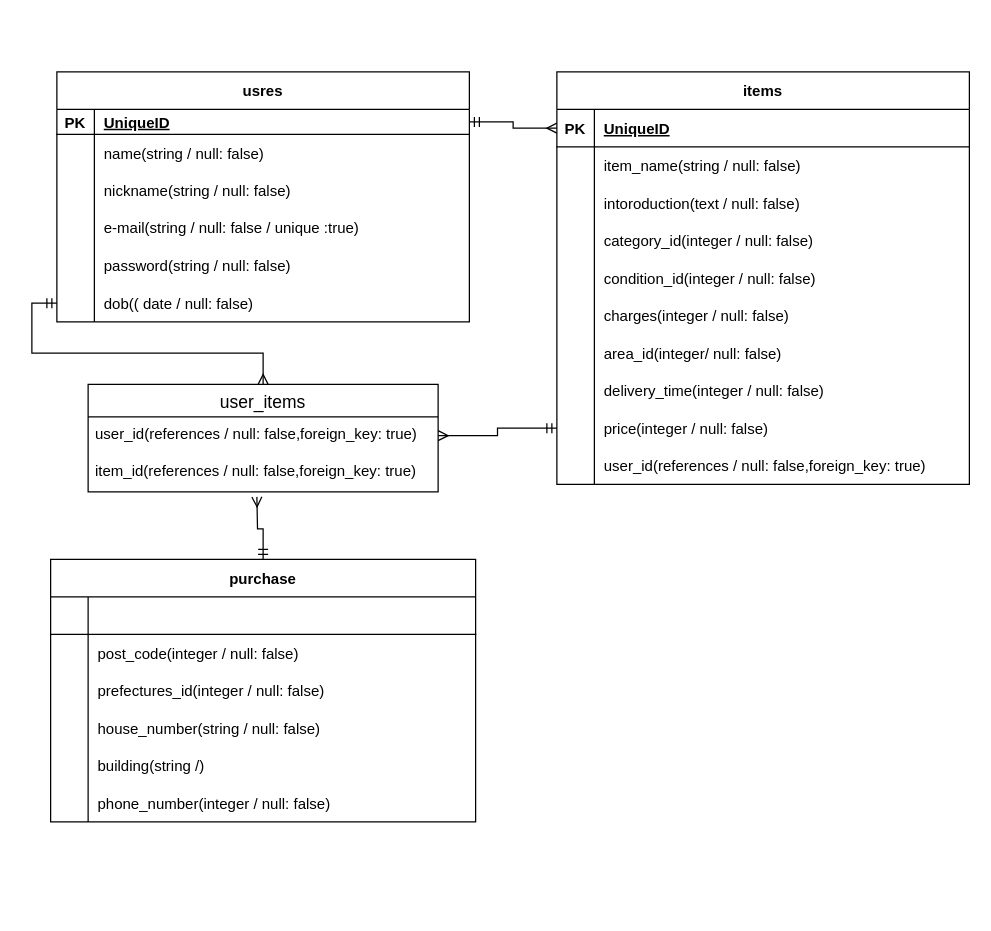
YUKOU-s2/furima-34806 keeps this draw.io diagram as page "ページ1" (1 of 2) of ER.dio. Above is the earlier version. Source tidied: cells renumbered, new cells numbered last; positions are measured from the earlier drawing's top-left corner, leaving out a move shared by most shapes. Both pictures are drawn from the tidied source at 125%, with x=0, y=0 at pixel (50, 71).
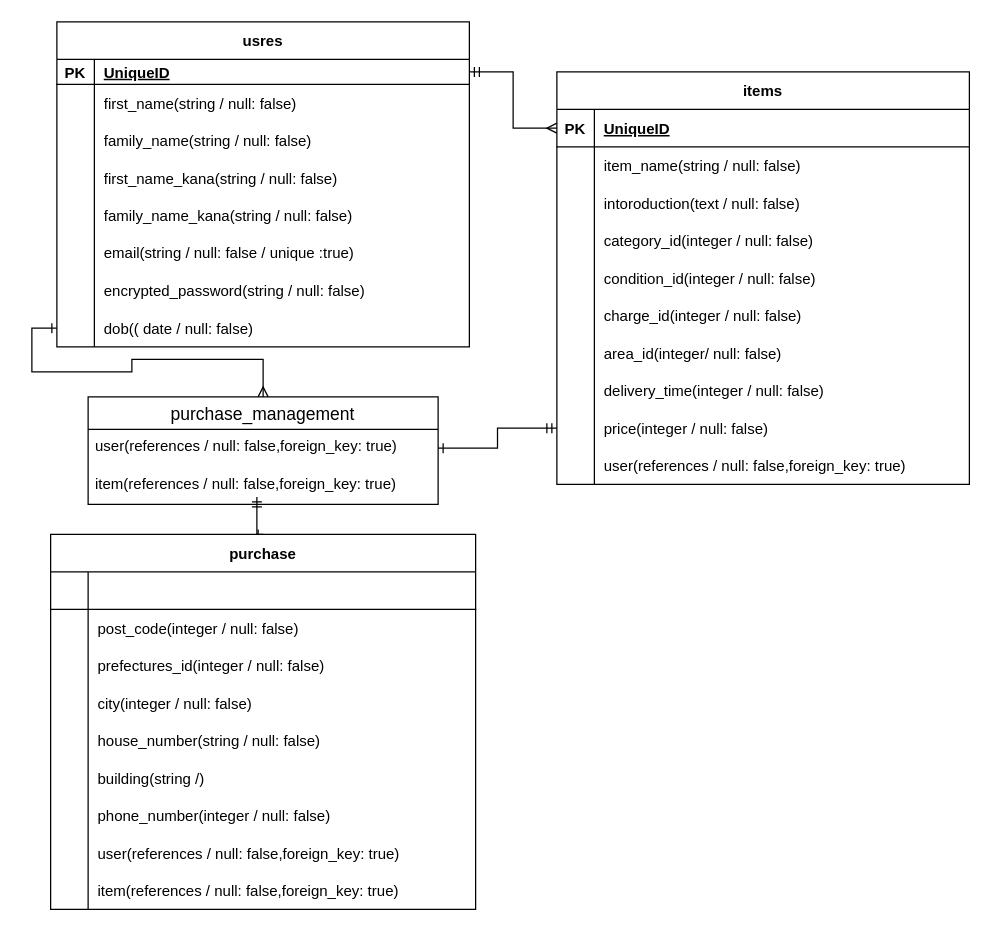
After the change.

Commit message (it also covers changes not shown here):
データベース設計（修正2）

Unchanged cells that the change refers to:
```xml
<mxCell id="6" style="shape=partialRectangle;fillColor=none;top=0;left=0;bottom=0;right=0;" parent="2" vertex="1">
  <mxGeometry y="50" width="330" height="30" as="geometry" />
</mxCell>
<mxCell id="37" style="shape=partialRectangle;fillColor=none;top=0;left=0;bottom=0;right=0;" parent="21" vertex="1">
  <mxGeometry y="180" width="330" height="30" as="geometry" />
</mxCell>
<mxCell id="46" style="shape=partialRectangle;fillColor=none;top=0;left=0;bottom=0;right=0;points=[[0,0.5],[1,0.5]];portConstraint=eastwest;" parent="21" vertex="1">
  <mxGeometry y="270" width="330" height="30" as="geometry" />
</mxCell>
<mxCell id="49" style="shape=partialRectangle;fillColor=none;top=0;left=0;bottom=0;right=0;" parent="21" vertex="1">
  <mxGeometry y="300" width="330" height="30" as="geometry" />
</mxCell>
```

The edit, as a diff of the source:
```diff
@@
     <mxCell id="2" value="usres" style="shape=table;startSize=30;childLayout=tableLayout;rowLines=0;fontStyle=1;align=center;" parent="1" vertex="1">
-      <mxGeometry x="5" width="330" height="200" as="geometry" />
+      <mxGeometry x="5" y="-40" width="330" height="260" as="geometry" />
     </mxCell>
@@
-    <mxCell id="8" value="name(string / null: false)" style="shape=partialRectangle;fillColor=none;top=0;left=0;bottom=0;right=0;align=left;spacingLeft=6;overflow=hidden;" parent="6" vertex="1">
+    <mxCell id="8" value="first_name(string / null: false)" style="shape=partialRectangle;fillColor=none;top=0;left=0;bottom=0;right=0;align=left;spacingLeft=6;overflow=hidden;" parent="6" vertex="1">
       <mxGeometry x="30" width="300" height="30" as="geometry" />
     </mxCell>
+    <mxCell id="78" style="shape=partialRectangle;fillColor=none;top=0;left=0;bottom=0;right=0;" parent="2" vertex="1">
+      <mxGeometry y="80" width="330" height="30" as="geometry" />
+    </mxCell>
+    <mxCell id="79" style="shape=partialRectangle;fillColor=none;top=0;left=0;bottom=0;right=0;overflow=hidden;" parent="78" vertex="1">
+      <mxGeometry width="30" height="30" as="geometry" />
+    </mxCell>
+    <mxCell id="80" value="family_name(string / null: false)" style="shape=partialRectangle;fillColor=none;top=0;left=0;bottom=0;right=0;align=left;spacingLeft=6;overflow=hidden;" parent="78" vertex="1">
+      <mxGeometry x="30" width="300" height="30" as="geometry" />
+    </mxCell>
+    <mxCell id="81" style="shape=partialRectangle;fillColor=none;top=0;left=0;bottom=0;right=0;" parent="2" vertex="1">
+      <mxGeometry y="110" width="330" height="30" as="geometry" />
+    </mxCell>
+    <mxCell id="82" style="shape=partialRectangle;fillColor=none;top=0;left=0;bottom=0;right=0;overflow=hidden;" parent="81" vertex="1">
+      <mxGeometry width="30" height="30" as="geometry" />
+    </mxCell>
+    <mxCell id="83" value="first_name_kana(string / null: false)" style="shape=partialRectangle;fillColor=none;top=0;left=0;bottom=0;right=0;align=left;spacingLeft=6;overflow=hidden;" parent="81" vertex="1">
+      <mxGeometry x="30" width="300" height="30" as="geometry" />
+    </mxCell>
     <mxCell id="9" style="shape=partialRectangle;fillColor=none;top=0;left=0;bottom=0;right=0;" parent="2" vertex="1">
-      <mxGeometry y="80" width="330" height="30" as="geometry" />
+      <mxGeometry y="140" width="330" height="30" as="geometry" />
     </mxCell>
@@
-    <mxCell id="11" value="nickname(string / null: false)" style="shape=partialRectangle;fillColor=none;top=0;left=0;bottom=0;right=0;align=left;spacingLeft=6;overflow=hidden;" parent="9" vertex="1">
+    <mxCell id="11" value="family_name_kana(string / null: false)" style="shape=partialRectangle;fillColor=none;top=0;left=0;bottom=0;right=0;align=left;spacingLeft=6;overflow=hidden;" parent="9" vertex="1">
       <mxGeometry x="30" width="300" height="30" as="geometry" />
     </mxCell>
     <mxCell id="12" style="shape=partialRectangle;fillColor=none;top=0;left=0;bottom=0;right=0;" parent="2" vertex="1">
-      <mxGeometry y="110" width="330" height="30" as="geometry" />
+      <mxGeometry y="170" width="330" height="30" as="geometry" />
     </mxCell>
@@
-    <mxCell id="14" value="e-mail(string / null: false / unique :true)" style="shape=partialRectangle;fillColor=none;top=0;left=0;bottom=0;right=0;align=left;spacingLeft=6;overflow=hidden;whiteSpace=wrap;" parent="12" vertex="1">
+    <mxCell id="14" value="email(string / null: false / unique :true)" style="shape=partialRectangle;fillColor=none;top=0;left=0;bottom=0;right=0;align=left;spacingLeft=6;overflow=hidden;whiteSpace=wrap;" parent="12" vertex="1">
       <mxGeometry x="30" width="300" height="30" as="geometry" />
     </mxCell>
     <mxCell id="15" style="shape=partialRectangle;fillColor=none;top=0;left=0;bottom=0;right=0;" parent="2" vertex="1">
-      <mxGeometry y="140" width="330" height="30" as="geometry" />
+      <mxGeometry y="200" width="330" height="30" as="geometry" />
     </mxCell>
@@
-    <mxCell id="17" value="password(string / null: false)" style="shape=partialRectangle;fillColor=none;top=0;left=0;bottom=0;right=0;align=left;spacingLeft=6;overflow=hidden;" parent="15" vertex="1">
+    <mxCell id="17" value="encrypted_password(string / null: false)" style="shape=partialRectangle;fillColor=none;top=0;left=0;bottom=0;right=0;align=left;spacingLeft=6;overflow=hidden;" parent="15" vertex="1">
       <mxGeometry x="30" width="300" height="30" as="geometry" />
     </mxCell>
     <mxCell id="18" style="shape=partialRectangle;fillColor=none;top=0;left=0;bottom=0;right=0;points=[[0,0.5],[1,0.5]];portConstraint=eastwest;" parent="2" vertex="1">
-      <mxGeometry y="170" width="330" height="30" as="geometry" />
+      <mxGeometry y="230" width="330" height="30" as="geometry" />
     </mxCell>
@@
-    <mxCell id="39" value="charges(integer / null: false)" style="shape=partialRectangle;fillColor=none;top=0;left=0;bottom=0;right=0;align=left;spacingLeft=6;overflow=hidden;" parent="37" vertex="1">
+    <mxCell id="39" value="charge_id(integer / null: false)" style="shape=partialRectangle;fillColor=none;top=0;left=0;bottom=0;right=0;align=left;spacingLeft=6;overflow=hidden;" parent="37" vertex="1">
       <mxGeometry x="30" width="300" height="30" as="geometry" />
     </mxCell>
@@
-    <mxCell id="51" value="user_id(references / null: false,foreign_key: true)" style="shape=partialRectangle;fillColor=none;top=0;left=0;bottom=0;right=0;align=left;spacingLeft=6;overflow=hidden;" parent="49" vertex="1">
+    <mxCell id="51" value="user(references / null: false,foreign_key: true)" style="shape=partialRectangle;fillColor=none;top=0;left=0;bottom=0;right=0;align=left;spacingLeft=6;overflow=hidden;" parent="49" vertex="1">
       <mxGeometry x="30" width="300" height="30" as="geometry" />
     </mxCell>
-    <mxCell id="52" style="edgeStyle=orthogonalEdgeStyle;rounded=0;jettySize=auto;html=1;exitX=0.5;exitY=0;exitDx=0;exitDy=0;startArrow=ERmandOne;startFill=0;endArrow=ERmany;endFill=0;" parent="1" edge="1" source="53">
+    <mxCell id="52" style="edgeStyle=orthogonalEdgeStyle;rounded=0;jettySize=auto;html=1;exitX=0.5;exitY=0;exitDx=0;exitDy=0;startArrow=ERone;startFill=0;endArrow=ERmandOne;endFill=0;" parent="1" edge="1" source="53">
       <mxGeometry relative="1" as="geometry">
         <mxPoint x="165" y="340" as="targetPoint" />
       </mxGeometry>
     </mxCell>
     <mxCell id="53" value="purchase" style="shape=table;startSize=30;childLayout=tableLayout;rowLines=0;fontStyle=1;align=center;" parent="1" vertex="1">
-      <mxGeometry y="390" width="340" height="210" as="geometry" />
+      <mxGeometry y="370" width="340" height="300" as="geometry" />
     </mxCell>
@@
+    <mxCell id="84" style="shape=partialRectangle;fillColor=none;top=0;left=0;bottom=0;right=0;" parent="53" vertex="1">
+      <mxGeometry y="120" width="340" height="30" as="geometry" />
+    </mxCell>
+    <mxCell id="85" style="shape=partialRectangle;fillColor=none;top=0;left=0;bottom=0;right=0;overflow=hidden;" parent="84" vertex="1">
+      <mxGeometry width="30" height="30" as="geometry" />
+    </mxCell>
+    <mxCell id="86" value="city(integer / null: false)" style="shape=partialRectangle;fillColor=none;top=0;left=0;bottom=0;right=0;align=left;spacingLeft=6;overflow=hidden;" parent="84" vertex="1">
+      <mxGeometry x="30" width="310" height="30" as="geometry" />
+    </mxCell>
     <mxCell id="63" style="shape=partialRectangle;fillColor=none;top=0;left=0;bottom=0;right=0;" parent="53" vertex="1">
-      <mxGeometry y="120" width="340" height="30" as="geometry" />
+      <mxGeometry y="150" width="340" height="30" as="geometry" />
     </mxCell>
@@
     <mxCell id="66" style="shape=partialRectangle;fillColor=none;top=0;left=0;bottom=0;right=0;" parent="53" vertex="1">
-      <mxGeometry y="150" width="340" height="30" as="geometry" />
+      <mxGeometry y="180" width="340" height="30" as="geometry" />
     </mxCell>
@@
     <mxCell id="69" style="shape=partialRectangle;fillColor=none;top=0;left=0;bottom=0;right=0;" parent="53" vertex="1">
-      <mxGeometry y="180" width="340" height="30" as="geometry" />
+      <mxGeometry y="210" width="340" height="30" as="geometry" />
     </mxCell>
@@
+    <mxCell id="87" style="shape=partialRectangle;fillColor=none;top=0;left=0;bottom=0;right=0;" parent="53" vertex="1">
+      <mxGeometry y="240" width="340" height="30" as="geometry" />
+    </mxCell>
+    <mxCell id="88" style="shape=partialRectangle;fillColor=none;top=0;left=0;bottom=0;right=0;overflow=hidden;" parent="87" vertex="1">
+      <mxGeometry width="30" height="30" as="geometry" />
+    </mxCell>
+    <mxCell id="89" value="user(references / null: false,foreign_key: true)" style="shape=partialRectangle;fillColor=none;top=0;left=0;bottom=0;right=0;align=left;spacingLeft=6;overflow=hidden;" parent="87" vertex="1">
+      <mxGeometry x="30" width="310" height="30" as="geometry" />
+    </mxCell>
+    <mxCell id="90" style="shape=partialRectangle;fillColor=none;top=0;left=0;bottom=0;right=0;" parent="53" vertex="1">
+      <mxGeometry y="270" width="340" height="30" as="geometry" />
+    </mxCell>
+    <mxCell id="91" style="shape=partialRectangle;fillColor=none;top=0;left=0;bottom=0;right=0;overflow=hidden;" parent="90" vertex="1">
+      <mxGeometry width="30" height="30" as="geometry" />
+    </mxCell>
+    <mxCell id="92" value="item(references / null: false,foreign_key: true)" style="shape=partialRectangle;fillColor=none;top=0;left=0;bottom=0;right=0;align=left;spacingLeft=6;overflow=hidden;" parent="90" vertex="1">
+      <mxGeometry x="30" width="310" height="30" as="geometry" />
+    </mxCell>
@@
-    <mxCell id="73" value="user_items" style="swimlane;fontStyle=0;horizontal=1;startSize=26;align=center;fontSize=14;" parent="1" vertex="1">
-      <mxGeometry x="30" y="250" width="280" height="86" as="geometry" />
+    <mxCell id="73" value="purchase_management" style="swimlane;fontStyle=0;horizontal=1;startSize=26;align=center;fontSize=14;" parent="1" vertex="1">
+      <mxGeometry x="30" y="260" width="280" height="86" as="geometry" />
     </mxCell>
-    <mxCell id="74" value="user_id(references / null: false,foreign_key: true)" style="text;strokeColor=none;fillColor=none;spacingLeft=4;spacingRight=4;overflow=hidden;points=[[0,0.5],[1,0.5]];portConstraint=eastwest;fontSize=12;" parent="73" vertex="1">
+    <mxCell id="74" value="user(references / null: false,foreign_key: true)" style="text;strokeColor=none;fillColor=none;spacingLeft=4;spacingRight=4;overflow=hidden;points=[[0,0.5],[1,0.5]];portConstraint=eastwest;fontSize=12;" parent="73" vertex="1">
       <mxGeometry y="26" width="280" height="30" as="geometry" />
     </mxCell>
-    <mxCell id="75" value="item_id(references / null: false,foreign_key: true)" style="text;strokeColor=none;fillColor=none;spacingLeft=4;spacingRight=4;overflow=hidden;fontSize=12;" parent="73" vertex="1">
+    <mxCell id="75" value="item(references / null: false,foreign_key: true)" style="text;strokeColor=none;fillColor=none;spacingLeft=4;spacingRight=4;overflow=hidden;fontSize=12;" parent="73" vertex="1">
       <mxGeometry y="56" width="280" height="30" as="geometry" />
     </mxCell>
-    <mxCell id="76" style="edgeStyle=orthogonalEdgeStyle;rounded=0;jettySize=auto;html=1;entryX=1;entryY=0.5;entryDx=0;entryDy=0;endArrow=ERmany;endFill=0;startArrow=ERmandOne;startFill=0;" parent="1" edge="1" source="46" target="74">
+    <mxCell id="76" style="edgeStyle=orthogonalEdgeStyle;rounded=0;jettySize=auto;html=1;entryX=1;entryY=0.5;entryDx=0;entryDy=0;endArrow=ERone;endFill=0;startArrow=ERmandOne;startFill=0;" parent="1" edge="1" source="46" target="74">
       <mxGeometry relative="1" as="geometry" />
     </mxCell>
-    <mxCell id="77" style="edgeStyle=orthogonalEdgeStyle;rounded=0;jettySize=auto;html=1;entryX=0.5;entryY=0;entryDx=0;entryDy=0;startArrow=ERmandOne;startFill=0;endArrow=ERmany;endFill=0;" parent="1" edge="1" source="18" target="73">
-      <mxGeometry relative="1" as="geometry" />
+    <mxCell id="77" style="edgeStyle=orthogonalEdgeStyle;rounded=0;jettySize=auto;html=1;entryX=0.5;entryY=0;entryDx=0;entryDy=0;startArrow=ERone;startFill=0;endArrow=ERmany;endFill=0;" parent="1" edge="1" source="18" target="73">
+      <mxGeometry relative="1" as="geometry">
+        <Array as="points">
+          <mxPoint x="-15" y="205" />
+          <mxPoint x="-15" y="240" />
+          <mxPoint x="65" y="240" />
+          <mxPoint x="65" y="230" />
+          <mxPoint x="170" y="230" />
+        </Array>
+      </mxGeometry>
     </mxCell>
```
